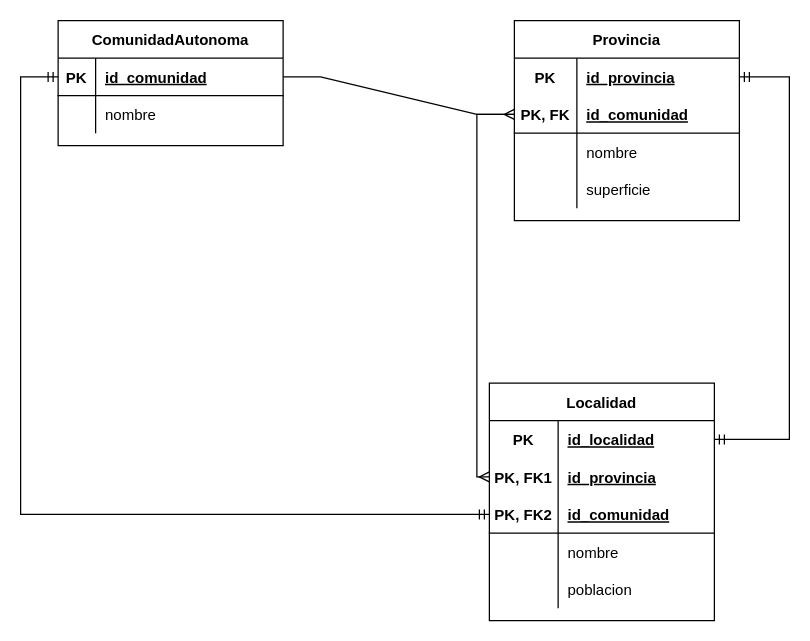
PedroPuertasR/1DAM.EV2 keeps this draw.io diagram as BBDD/Tema 8/ejercicio2.drawio. Above is the earlier version. Source tidied: cells renumbered, new cells numbered last; positions are measured from the earlier drawing's top-left corner, leaving out a move shared by most shapes. Both pictures are drawn from the tidied source at 125%, with x=0, y=0 at pixel (20, 20).
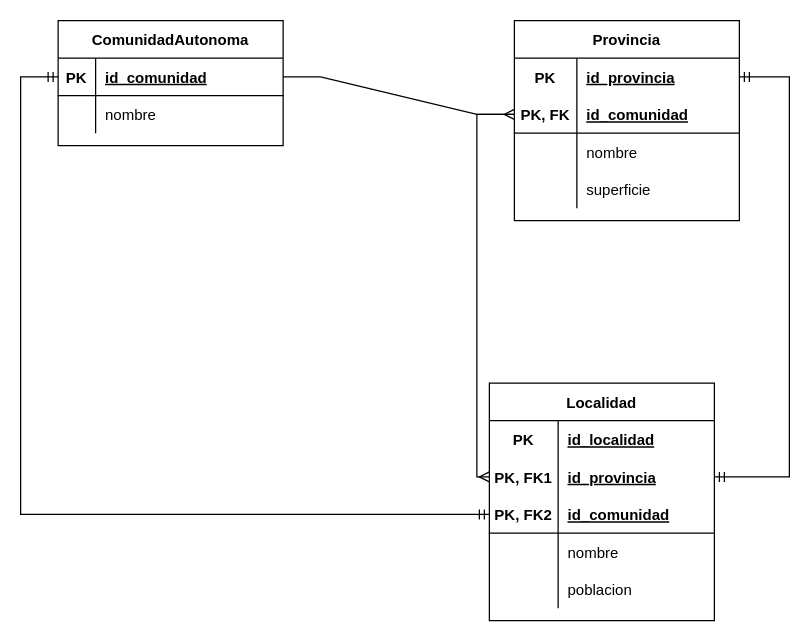
Above is the later version.

Commit message (it also covers changes not shown here):
Soluciones ejercicio 2 del tema 8 de BBDD

The change refers to these unchanged cells:
```xml
<mxCell id="10" style="shape=tableRow;horizontal=0;startSize=0;swimlaneHead=0;swimlaneBody=0;fillColor=none;points=[[0,0.5],[1,0.5]];portConstraint=eastwest;top=0;left=0;right=0;bottom=1;strokeColor=none;" parent="9" vertex="1">
  <mxGeometry y="30" width="180" height="30" as="geometry" />
</mxCell>
<mxCell id="23" style="shape=tableRow;horizontal=0;startSize=0;swimlaneHead=0;swimlaneBody=0;fillColor=none;points=[[0,0.5],[1,0.5]];portConstraint=eastwest;top=0;left=0;right=0;bottom=1;strokeColor=none;" parent="22" vertex="1">
  <mxGeometry y="30" width="180" height="30" as="geometry" />
</mxCell>
<mxCell id="26" style="shape=tableRow;horizontal=0;startSize=0;swimlaneHead=0;swimlaneBody=0;fillColor=none;points=[[0,0.5],[1,0.5]];portConstraint=eastwest;top=0;left=0;right=0;bottom=1;strokeColor=none;" parent="22" vertex="1">
  <mxGeometry y="60" width="180" height="30" as="geometry" />
</mxCell>
```

Diff of the diagram source:
```diff
@@
-    <mxCell id="41" style="edgeStyle=elbowEdgeStyle;fontSize=12;html=1;endArrow=ERmandOne;startArrow=ERmandOne;rounded=0;exitX=1;exitY=0.5;exitDx=0;exitDy=0;entryX=1;entryY=0.5;entryDx=0;entryDy=0;" parent="1" edge="1" source="23" target="10">
+    <mxCell id="41" style="edgeStyle=elbowEdgeStyle;fontSize=12;html=1;endArrow=ERmandOne;startArrow=ERmandOne;rounded=0;exitX=1;exitY=0.5;exitDx=0;exitDy=0;entryX=1;entryY=0.5;entryDx=0;entryDy=0;" parent="1" edge="1" source="26" target="10">
       <mxGeometry relative="1" as="geometry">
         <Array as="points">
+          <mxPoint x="615" y="335" />
           <mxPoint x="615" y="190" />
         </Array>
       </mxGeometry>
     </mxCell>
```
